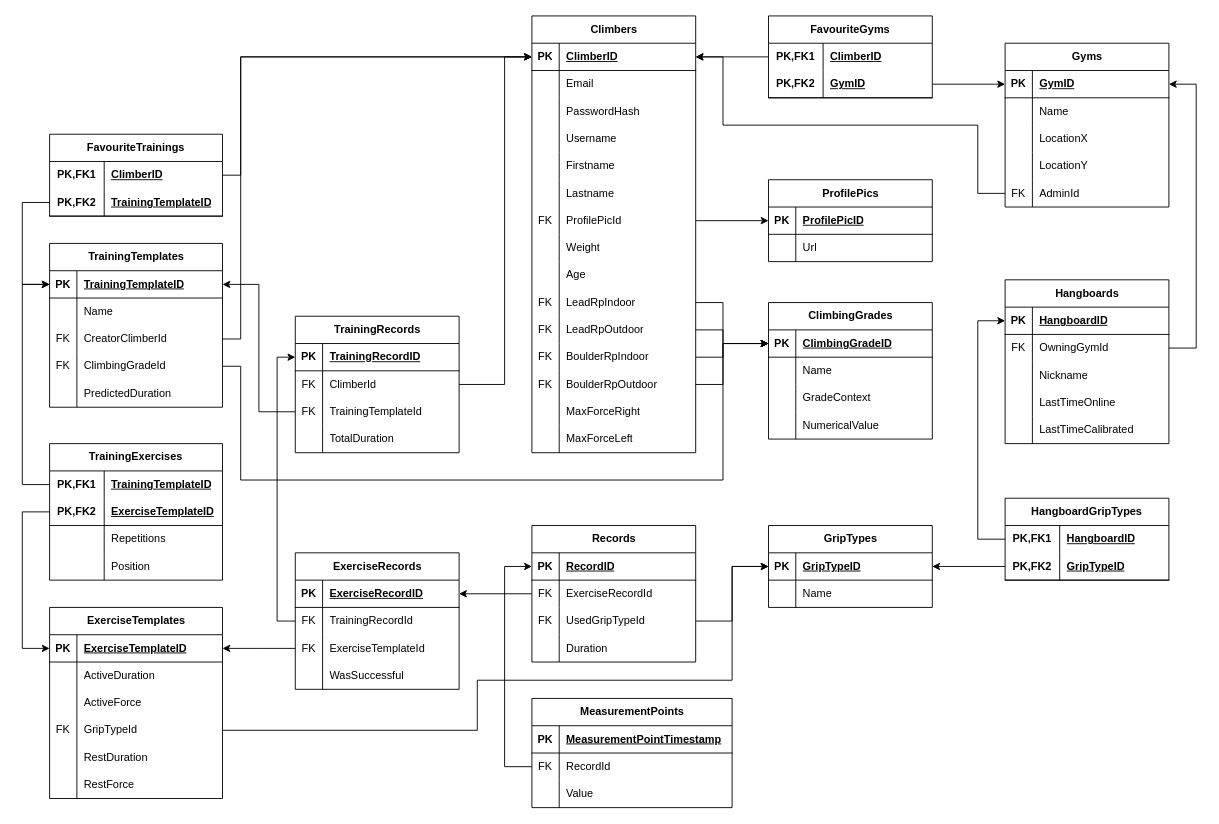
Earlier version of the draw.io diagram documentation/rd_diagram.drawio (OpenGripBoard/open-grip-board). Source tidied: cells renumbered, new cells numbered last; positions are measured from the earlier drawing's top-left corner, leaving out a move shared by most shapes. Both pictures are drawn from the tidied source at 91%, with x=0, y=0 at pixel (22, 15).
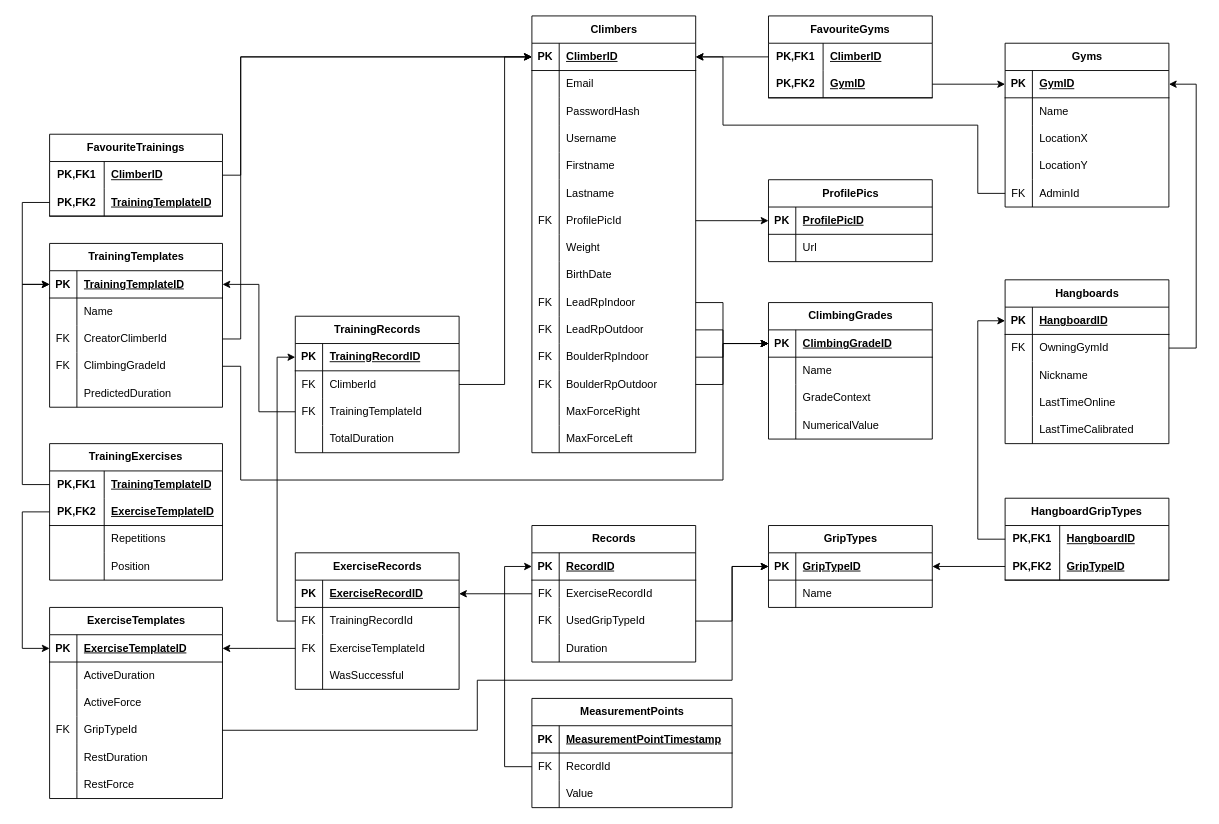
After the change.

Commit message (it also covers changes not shown here):
fix: replace climbers Age with BirthDate

The change refers to these unchanged cells:
```xml
<mxCell id="27" style="shape=tableRow;horizontal=0;startSize=0;swimlaneHead=0;swimlaneBody=0;fillColor=none;top=0;left=0;right=0;bottom=0;" parent="2" vertex="1">
  <mxGeometry y="270" width="180" height="30" as="geometry" />
</mxCell>
```

Change to the diagram source:
```diff
@@
-    <mxCell id="29" value="Age" style="shape=partialRectangle;fillColor=none;top=0;left=0;bottom=0;right=0;align=left;spacingLeft=6;overflow=hidden;whiteSpace=wrap;html=1;" parent="27" vertex="1">
+    <mxCell id="29" value="BirthDate" style="shape=partialRectangle;fillColor=none;top=0;left=0;bottom=0;right=0;align=left;spacingLeft=6;overflow=hidden;whiteSpace=wrap;html=1;" parent="27" vertex="1">
       <mxGeometry x="30" width="150" height="30" as="geometry" />
     </mxCell>
```
